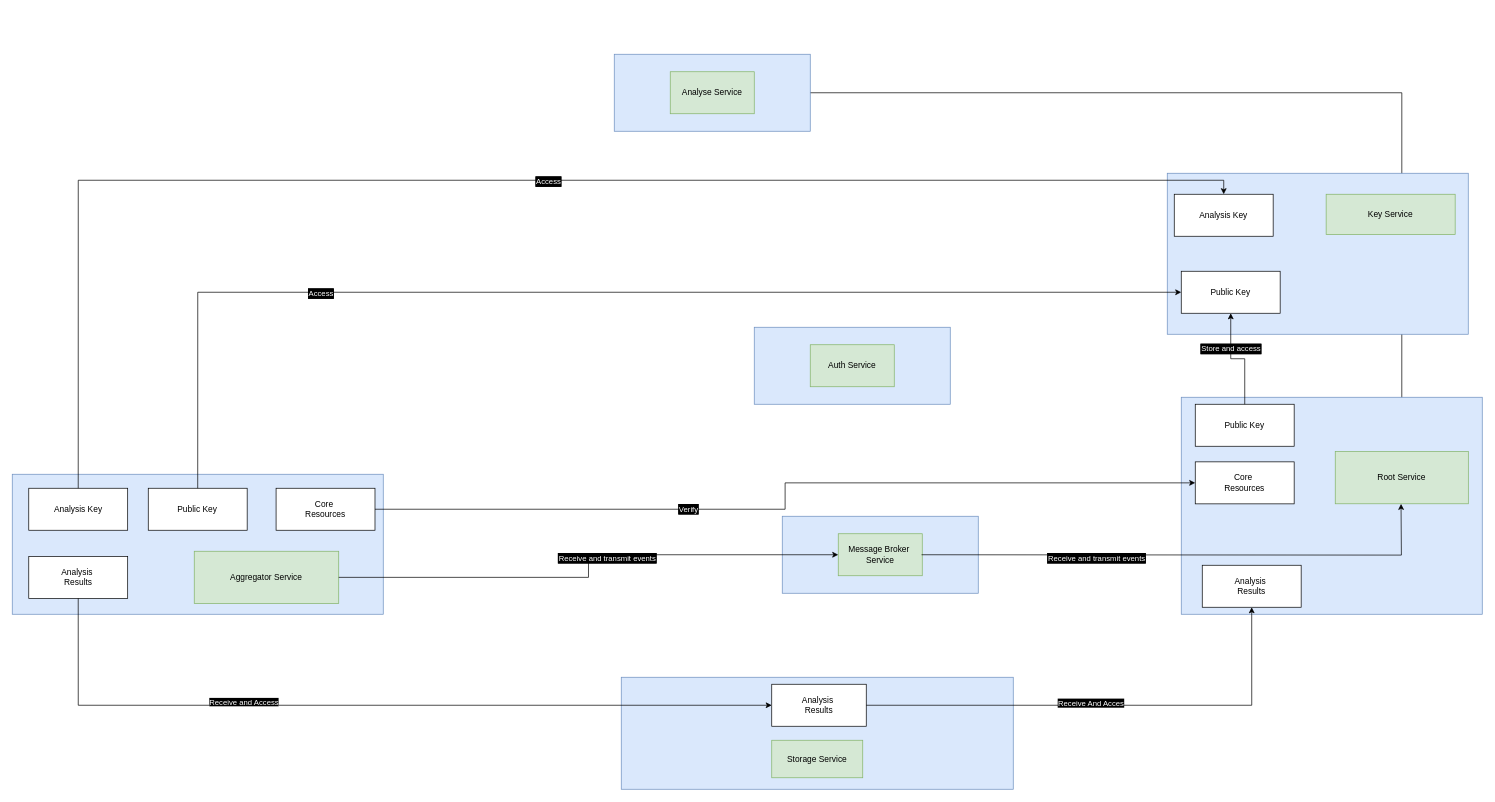
Before: architecture/services.drawio in PrivateAIM/diagrams, a draw.io diagram. Source tidied: cells renumbered, new cells numbered last; positions are measured from the earlier drawing's top-left corner, leaving out a move shared by most shapes. Both pictures are drawn from the tidied source at 70%, with x=0, y=0 at pixel (12, 54).
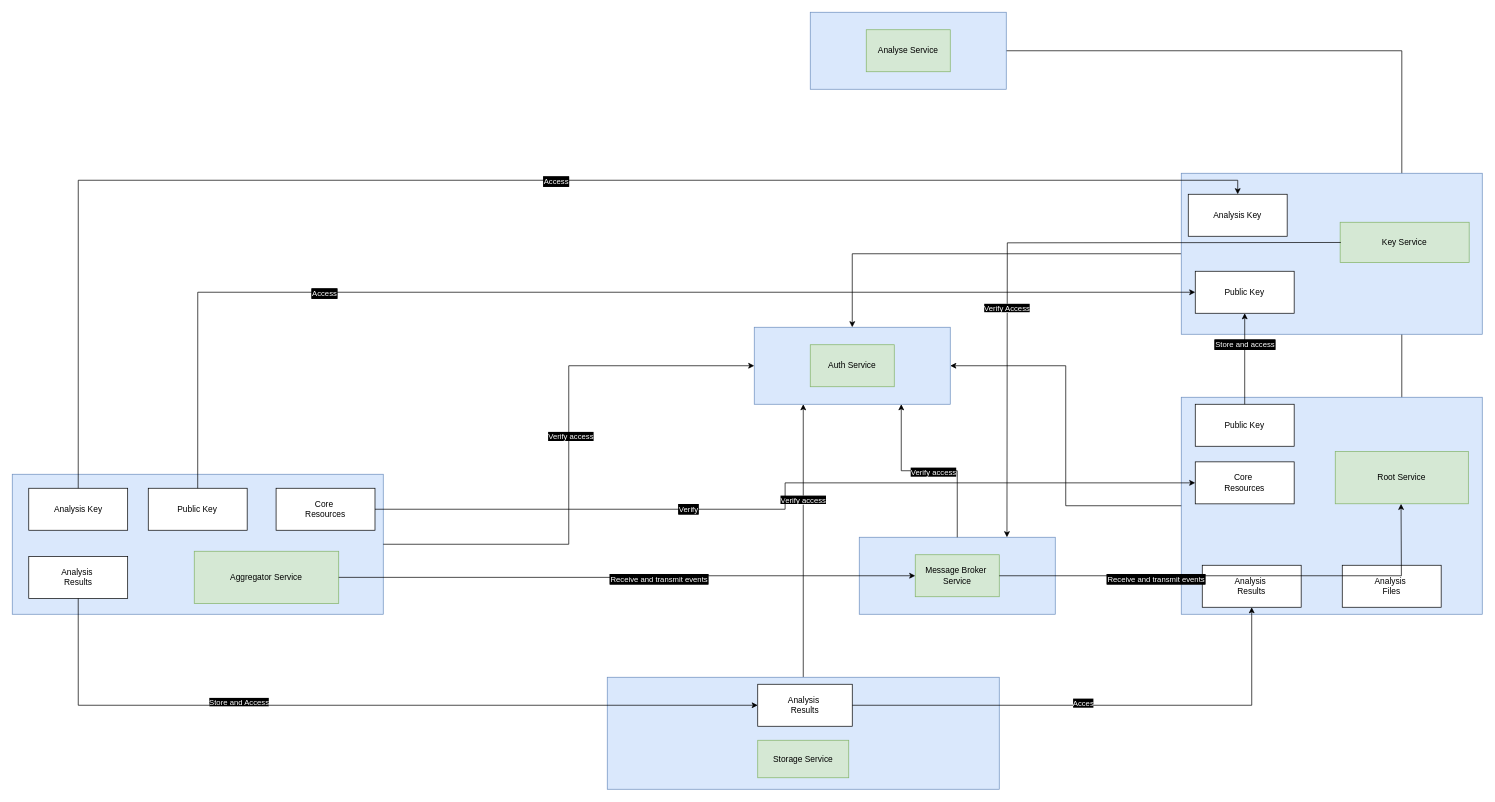
Above is the later version.

Commit message:
feat: updated auth relations

Unchanged cells that the change refers to:
```xml
<mxCell id="4" style="rounded=0;whiteSpace=wrap;html=1;fillColor=#dae8fc;strokeColor=#6c8ebf;" parent="3" vertex="1">
  <mxGeometry width="280" height="110" as="geometry" />
</mxCell>
<mxCell id="7" style="rounded=0;whiteSpace=wrap;html=1;fillColor=#dae8fc;strokeColor=#6c8ebf;" parent="6" vertex="1">
  <mxGeometry width="560" height="160" as="geometry" />
</mxCell>
<mxCell id="11" style="rounded=0;whiteSpace=wrap;html=1;fillColor=#dae8fc;strokeColor=#6c8ebf;" parent="10" vertex="1">
  <mxGeometry width="430" height="230" as="geometry" />
</mxCell>
<mxCell id="16" style="rounded=0;whiteSpace=wrap;html=1;fillColor=#dae8fc;strokeColor=#6c8ebf;" parent="15" vertex="1">
  <mxGeometry width="280" height="110" as="geometry" />
</mxCell>
<mxCell id="17" value="Message Broker&amp;nbsp;&lt;br&gt;Service" style="rounded=0;whiteSpace=wrap;html=1;fillColor=#d5e8d4;strokeColor=#82b366;" parent="15" vertex="1">
  <mxGeometry x="80" y="25" width="120" height="60" as="geometry" />
</mxCell>
<mxCell id="19" style="rounded=0;whiteSpace=wrap;html=1;fillColor=#dae8fc;strokeColor=#6c8ebf;" parent="18" vertex="1">
  <mxGeometry width="530" height="200" as="geometry" />
</mxCell>
<mxCell id="27" style="group;" parent="1" vertex="1">
  <mxGeometry x="1670" y="490" width="430" height="310" as="geometry" />
</mxCell>
<mxCell id="28" style="rounded=0;whiteSpace=wrap;html=1;fillColor=#dae8fc;strokeColor=#6c8ebf;" parent="27" vertex="1">
  <mxGeometry width="430" height="310" as="geometry" />
</mxCell>
<mxCell id="35" style="edgeStyle=orthogonalEdgeStyle;rounded=0;jettySize=auto;html=1;entryX=0.5;entryY=1;entryDx=0;entryDy=0;fontColor=#FFFFFF;exitX=1;exitY=0.5;exitDx=0;exitDy=0;" parent="1" edge="1" source="9" target="32">
  <mxGeometry relative="1" as="geometry" />
</mxCell>
<mxCell id="37" style="edgeStyle=orthogonalEdgeStyle;rounded=0;jettySize=auto;html=1;entryX=0;entryY=0.5;entryDx=0;entryDy=0;fontColor=#FFFFFF;exitX=0.5;exitY=1;exitDx=0;exitDy=0;" parent="1" edge="1" source="24" target="9">
  <mxGeometry relative="1" as="geometry" />
</mxCell>
```

The edit, as a diff of the source:
```diff
@@
+    <mxCell id="50" style="edgeStyle=orthogonalEdgeStyle;rounded=0;jettySize=auto;html=1;entryX=0.25;entryY=1;entryDx=0;entryDy=0;fontColor=#FFFFFF;strokeColor=default;" parent="1" edge="1" source="7" target="4">
+      <mxGeometry relative="1" as="geometry" />
+    </mxCell>
+    <mxCell id="51" value="&lt;span style=&quot;background-color: rgb(0 , 0 , 0)&quot;&gt;Verify access&lt;/span&gt;" style="edgeLabel;html=1;align=center;verticalAlign=middle;fontColor=#FFFFFF;labelBorderColor=none;" parent="50" vertex="1">
+      <mxGeometry x="0.3" y="1" relative="1" as="geometry" />
+    </mxCell>
+    <mxCell id="52" style="edgeStyle=orthogonalEdgeStyle;rounded=0;jettySize=auto;html=1;fontColor=#FFFFFF;strokeColor=default;entryX=0.5;entryY=0;entryDx=0;entryDy=0;" parent="1" edge="1" source="11" target="4">
+      <mxGeometry relative="1" as="geometry" />
+    </mxCell>
@@
     <mxCell id="6" style="group;" parent="1" vertex="1">
-      <mxGeometry x="870" y="890" width="560" height="160" as="geometry" />
+      <mxGeometry x="850" y="890" width="560" height="160" as="geometry" />
     </mxCell>
@@
     <mxCell id="10" style="group;" parent="1" vertex="1">
-      <mxGeometry x="1650" y="170" width="430" height="230" as="geometry" />
+      <mxGeometry x="1670" y="170" width="430" height="230" as="geometry" />
     </mxCell>
@@
+    <mxCell id="14" value="Key Service" style="rounded=0;whiteSpace=wrap;html=1;fillColor=#d5e8d4;strokeColor=#82b366;" parent="10" vertex="1">
+      <mxGeometry x="227" y="70" width="184.3" height="57.7" as="geometry" />
+    </mxCell>
@@
-    <mxCell id="14" value="Key Service" style="rounded=0;whiteSpace=wrap;html=1;fillColor=#d5e8d4;strokeColor=#82b366;" parent="10" vertex="1">
-      <mxGeometry x="227" y="30" width="184.3" height="57.7" as="geometry" />
-    </mxCell>
     <mxCell id="15" style="group;" parent="1" vertex="1">
-      <mxGeometry x="1100" y="660" width="280" height="110" as="geometry" />
+      <mxGeometry x="1210" y="690" width="280" height="110" as="geometry" />
     </mxCell>
@@
+    <mxCell id="53" value="Analysis&amp;nbsp;&lt;br&gt;Files" style="rounded=0;whiteSpace=wrap;html=1;" parent="27" vertex="1">
+      <mxGeometry x="230" y="240" width="141.3" height="60" as="geometry" />
+    </mxCell>
@@
-    <mxCell id="36" value="Receive And Acces" style="edgeLabel;html=1;align=center;verticalAlign=middle;fontColor=#FFFFFF;labelBackgroundColor=#000000;" parent="35" vertex="1">
+    <mxCell id="36" value="Acces" style="edgeLabel;html=1;align=center;verticalAlign=middle;fontColor=#FFFFFF;labelBackgroundColor=#000000;" parent="35" vertex="1">
       <mxGeometry x="-0.07" y="4" relative="1" as="geometry">
         <mxPoint x="-1" as="offset" />
       </mxGeometry>
     </mxCell>
@@
-    <mxCell id="38" value="&lt;span style=&quot;background-color: rgb(0 , 0 , 0)&quot;&gt;Receive and Access&lt;/span&gt;" style="edgeLabel;html=1;align=center;verticalAlign=middle;fontColor=#FFFFFF;" parent="37" vertex="1">
+    <mxCell id="38" value="&lt;span style=&quot;background-color: rgb(0 , 0 , 0)&quot;&gt;Store and Access&lt;/span&gt;" style="edgeLabel;html=1;align=center;verticalAlign=middle;fontColor=#FFFFFF;" parent="37" vertex="1">
       <mxGeometry x="-0.32" y="5" relative="1" as="geometry" />
     </mxCell>
@@
-    <mxCell id="41" style="edgeStyle=orthogonalEdgeStyle;rounded=0;orthogonalLoop=1;jettySize=auto;html=1;exitX=1;exitY=0.5;exitDx=0;exitDy=0;fontColor=#FFFFFF;strokeColor=default;" parent="1" edge="1">
+    <mxCell id="41" style="edgeStyle=orthogonalEdgeStyle;rounded=0;jettySize=auto;html=1;exitX=1;exitY=0.5;exitDx=0;exitDy=0;fontColor=#FFFFFF;strokeColor=default;" parent="1" edge="1" source="17">
       <mxGeometry relative="1" as="geometry">
-        <mxPoint x="1299" y="715" as="sourcePoint" />
         <mxPoint x="1984" y="642.3" as="targetPoint" />
       </mxGeometry>
     </mxCell>
@@
     <mxCell id="47" style="group;" parent="1" vertex="1">
-      <mxGeometry x="860" width="280" height="110" as="geometry" />
+      <mxGeometry x="1140" y="-60" width="280" height="110" as="geometry" />
     </mxCell>
@@
+    <mxCell id="54" style="edgeStyle=orthogonalEdgeStyle;rounded=0;jettySize=auto;html=1;entryX=0.75;entryY=1;entryDx=0;entryDy=0;fontColor=#FFFFFF;strokeColor=default;" parent="1" edge="1" source="16" target="4">
+      <mxGeometry relative="1" as="geometry" />
+    </mxCell>
+    <mxCell id="55" value="Verify access" style="edgeLabel;html=1;align=center;verticalAlign=middle;fontColor=#FFFFFF;labelBackgroundColor=#000000;" parent="54" vertex="1">
+      <mxGeometry x="-0.04" y="1" relative="1" as="geometry" />
+    </mxCell>
+    <mxCell id="56" style="edgeStyle=orthogonalEdgeStyle;rounded=0;jettySize=auto;html=1;fontColor=#FFFFFF;strokeColor=default;" parent="1" edge="1" source="28" target="4">
+      <mxGeometry relative="1" as="geometry" />
+    </mxCell>
+    <mxCell id="57" style="edgeStyle=orthogonalEdgeStyle;rounded=0;jettySize=auto;html=1;entryX=0;entryY=0.5;entryDx=0;entryDy=0;fontColor=#FFFFFF;strokeColor=default;" parent="1" edge="1" source="19" target="4">
+      <mxGeometry relative="1" as="geometry" />
+    </mxCell>
+    <mxCell id="58" value="Verify access" style="edgeLabel;html=1;align=center;verticalAlign=middle;fontColor=#FFFFFF;labelBackgroundColor=#000000;" parent="57" vertex="1">
+      <mxGeometry x="0.07" y="-2" relative="1" as="geometry" />
+    </mxCell>
+    <mxCell id="59" style="edgeStyle=orthogonalEdgeStyle;rounded=0;orthogonalLoop=1;jettySize=auto;html=1;entryX=0.75;entryY=0;entryDx=0;entryDy=0;fontColor=#FFFFFF;strokeColor=default;" parent="1" edge="1">
+      <mxGeometry relative="1" as="geometry">
+        <mxPoint x="1898" y="268.9" as="sourcePoint" />
+        <mxPoint x="1421" y="690" as="targetPoint" />
+      </mxGeometry>
+    </mxCell>
+    <mxCell id="60" value="&lt;span style=&quot;background-color: rgb(0 , 0 , 0)&quot;&gt;Verify Access&lt;/span&gt;" style="edgeLabel;html=1;align=center;verticalAlign=middle;fontColor=#FFFFFF;" parent="59" vertex="1">
+      <mxGeometry x="0.27" y="-1" relative="1" as="geometry" />
+    </mxCell>
```
